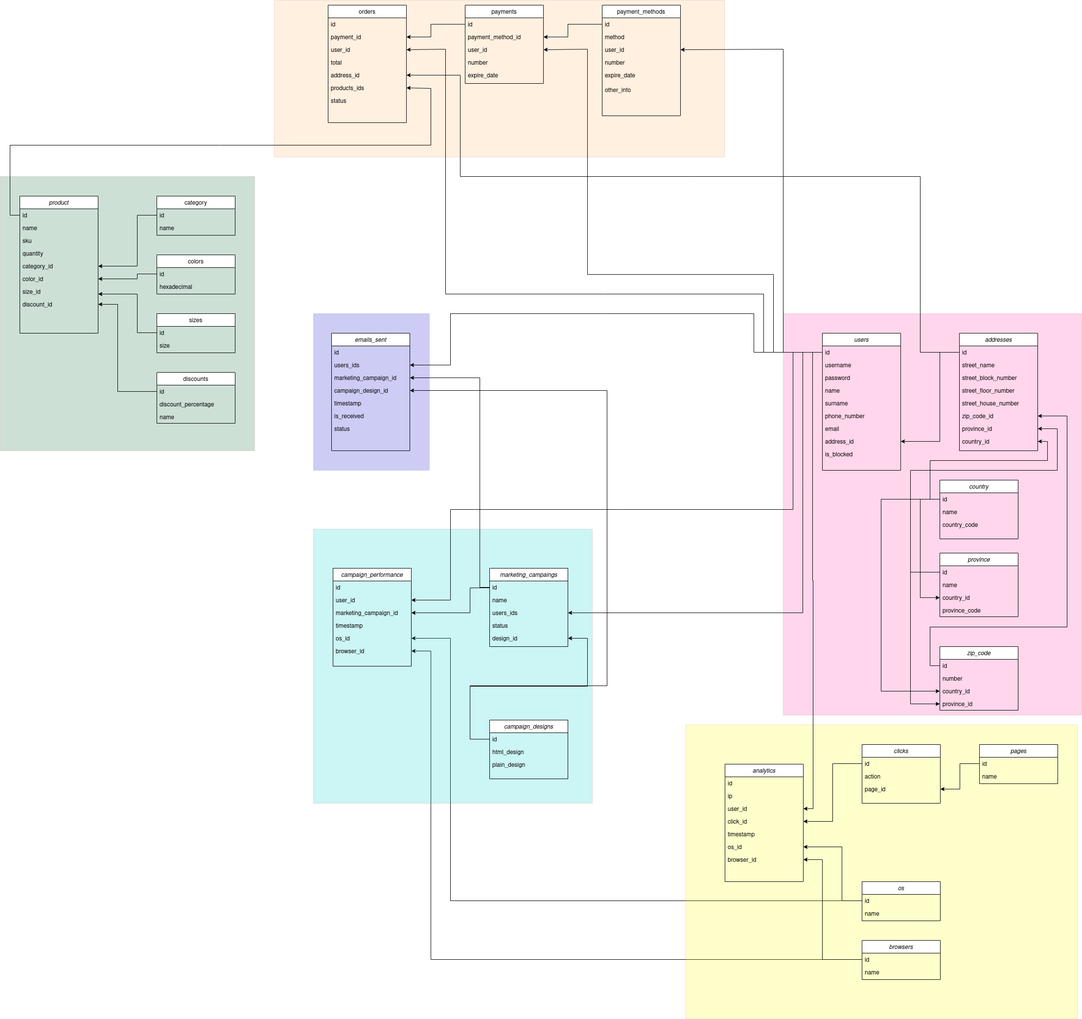
Before: blob/database_overview.png, a diagram exported from draw.io (RomanW05/ecommerce). Source tidied: cells renumbered, new cells last; positions are measured from the earlier drawing's top-left corner, leaving out a move shared by most shapes.
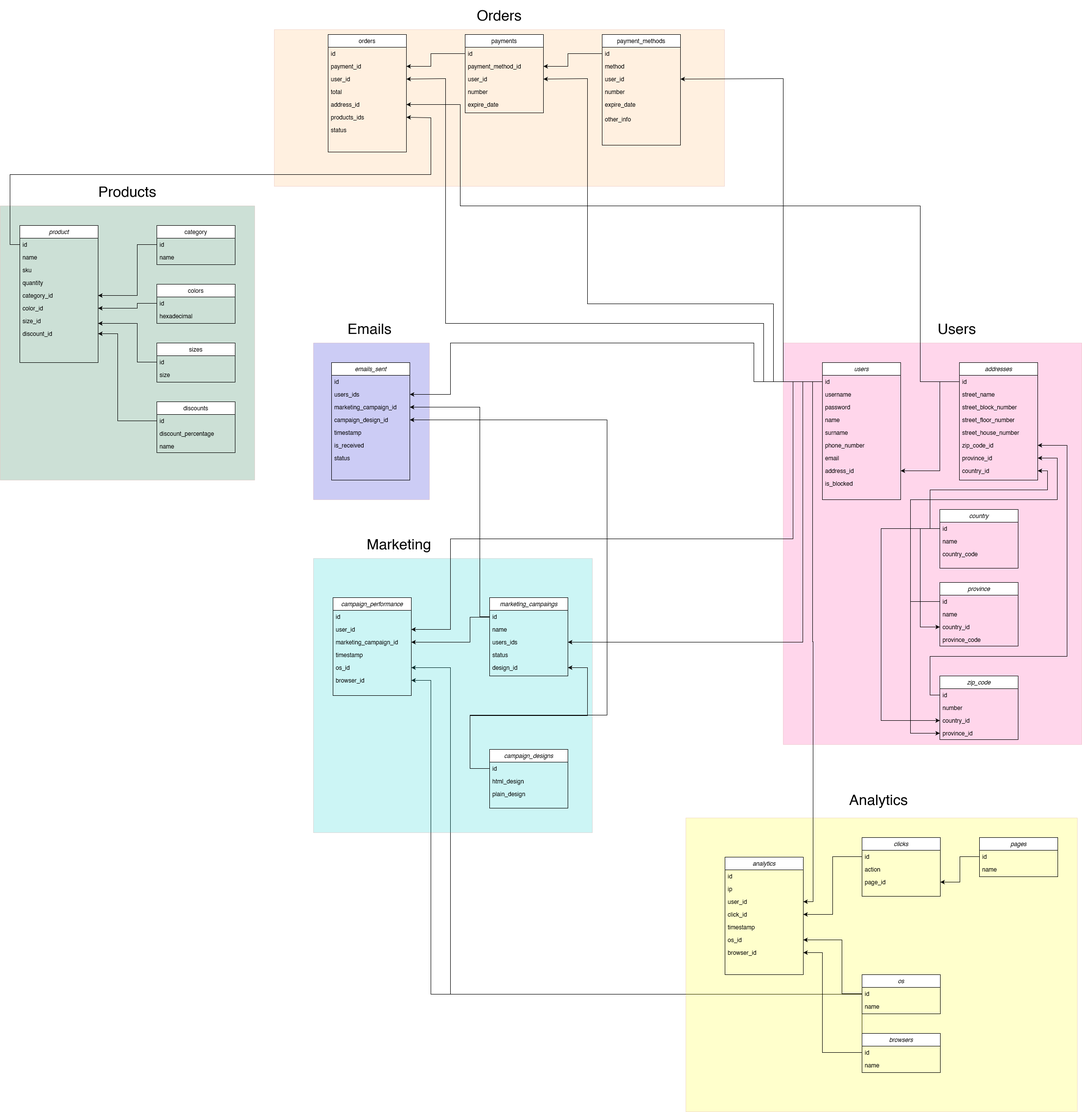
After the commit.

Change to the diagram source:
```diff
@@ -5,7 +5,8 @@
     <mxCell id="2" style="edgeStyle=orthogonalEdgeStyle;rounded=0;jettySize=auto;html=1;exitX=0;exitY=0.5;exitDx=0;exitDy=0;entryX=1;entryY=0.5;entryDx=0;entryDy=0;" parent="1" edge="1" source="78" target="131">
       <mxGeometry relative="1" as="geometry">
         <Array as="points">
-          <mxPoint x="880" y="1959" />
+          <mxPoint x="1761" y="1970" />
+          <mxPoint x="880" y="1970" />
           <mxPoint x="880" y="1329" />
         </Array>
       </mxGeometry>
@@ -13,7 +14,8 @@
     <mxCell id="3" style="edgeStyle=orthogonalEdgeStyle;rounded=0;jettySize=auto;html=1;exitX=0;exitY=0.5;exitDx=0;exitDy=0;entryX=1;entryY=0.5;entryDx=0;entryDy=0;" parent="1" edge="1" source="65" target="130">
       <mxGeometry relative="1" as="geometry">
         <Array as="points">
-          <mxPoint x="920" y="1839" />
+          <mxPoint x="1761" y="1970" />
+          <mxPoint x="920" y="1970" />
           <mxPoint x="920" y="1303" />
         </Array>
       </mxGeometry>
@@ -202,7 +204,7 @@
       </mxGeometry>
     </mxCell>
     <mxCell id="55" style="swimlane;startSize=0;fillColor=#f8cecc;strokeColor=#b85450;swimlaneFillColor=#FFFF00;opacity=20;" parent="1" vertex="1">
-      <mxGeometry x="1401" y="1480" width="800" height="600" as="geometry" />
+      <mxGeometry x="1401" y="1610" width="800" height="600" as="geometry" />
     </mxCell>
     <mxCell id="56" value="analytics" style="swimlane;fontStyle=2;align=center;verticalAlign=top;horizontal=1;startSize=26;rounded=0;shadow=0;strokeWidth=1;" parent="55" vertex="1">
       <mxGeometry x="80" y="80" width="160" height="240" as="geometry" />
@@ -650,5 +652,23 @@
         </Array>
       </mxGeometry>
     </mxCell>
+    <mxCell id="162" value="&lt;font style=&quot;font-size: 30px;&quot;&gt;Products&lt;/font&gt;" style="text;html=1;strokeColor=none;fillColor=none;align=center;verticalAlign=middle;whiteSpace=wrap;rounded=0;" parent="1" vertex="1">
+      <mxGeometry x="185" y="300" width="150" height="60" as="geometry" />
+    </mxCell>
+    <mxCell id="163" value="&lt;font style=&quot;font-size: 30px;&quot;&gt;Orders&lt;/font&gt;" style="text;html=1;strokeColor=none;fillColor=none;align=center;verticalAlign=middle;whiteSpace=wrap;rounded=0;" parent="1" vertex="1">
+      <mxGeometry x="945" y="-60" width="150" height="60" as="geometry" />
+    </mxCell>
+    <mxCell id="164" value="&lt;font style=&quot;font-size: 30px;&quot;&gt;Emails&lt;/font&gt;" style="text;html=1;strokeColor=none;fillColor=none;align=center;verticalAlign=middle;whiteSpace=wrap;rounded=0;" parent="1" vertex="1">
+      <mxGeometry x="680" y="580" width="150" height="60" as="geometry" />
+    </mxCell>
+    <mxCell id="165" value="&lt;font style=&quot;font-size: 30px;&quot;&gt;Users&lt;/font&gt;" style="text;html=1;strokeColor=none;fillColor=none;align=center;verticalAlign=middle;whiteSpace=wrap;rounded=0;" parent="1" vertex="1">
+      <mxGeometry x="1880" y="580" width="150" height="60" as="geometry" />
+    </mxCell>
+    <mxCell id="166" value="&lt;font style=&quot;font-size: 30px;&quot;&gt;Marketing&lt;/font&gt;" style="text;html=1;strokeColor=none;fillColor=none;align=center;verticalAlign=middle;whiteSpace=wrap;rounded=0;" parent="1" vertex="1">
+      <mxGeometry x="740" y="1020" width="150" height="60" as="geometry" />
+    </mxCell>
+    <mxCell id="167" value="&lt;div&gt;&lt;font style=&quot;font-size: 30px;&quot;&gt;Analytics&lt;/font&gt;&lt;/div&gt;&lt;div&gt;&lt;br&gt;&lt;/div&gt;" style="text;html=1;strokeColor=none;fillColor=none;align=center;verticalAlign=middle;whiteSpace=wrap;rounded=0;" parent="1" vertex="1">
+      <mxGeometry x="1720" y="1550" width="150" height="60" as="geometry" />
+    </mxCell>
   </root>
 </mxGraphModel>
```
